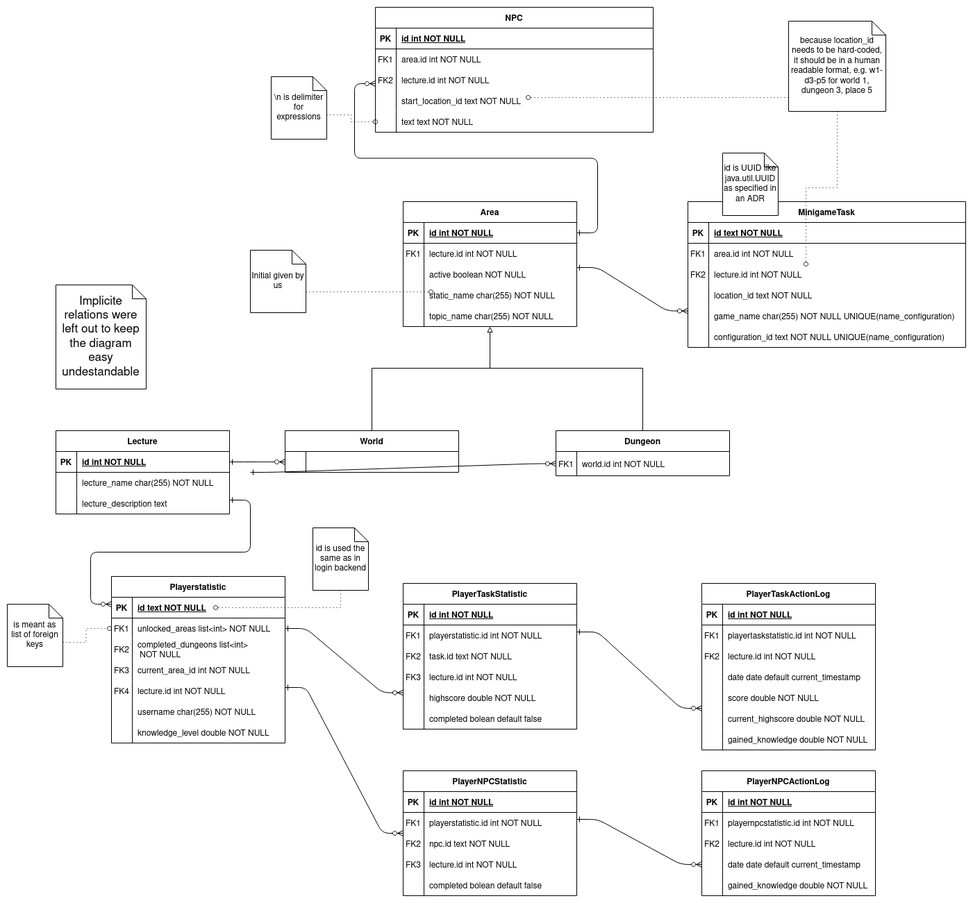
Gamify-IT/docs keeps this draw.io diagram as dev-manuals/services/overworld/database-model/database-model.png. Above is the earlier version. Source tidied: cells renumbered, new cells last; positions are measured from the earlier drawing's top-left corner, leaving out a move shared by most shapes.
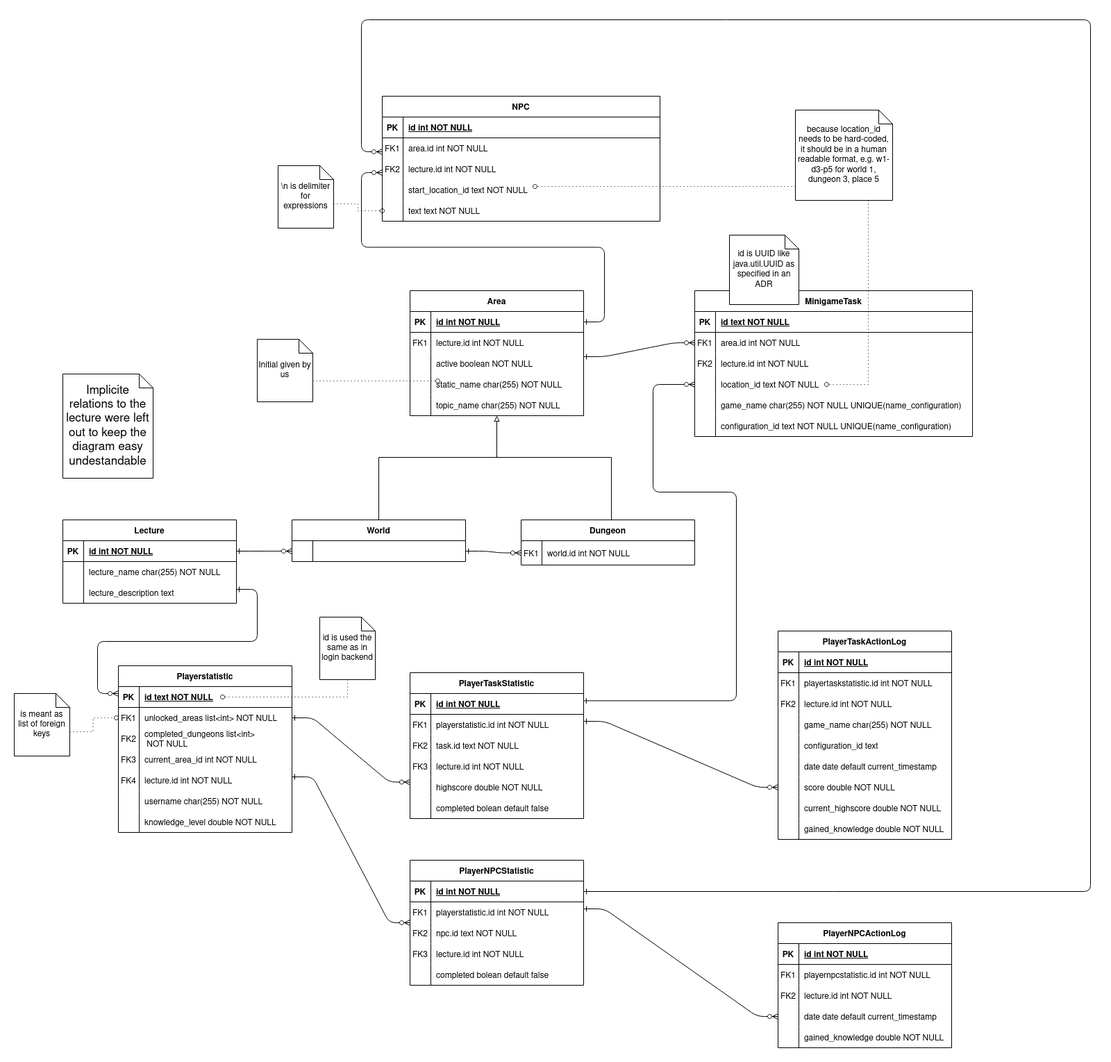
Above is the later version.

Commit message:
improve database model add arrows from statistics to NPC + Minigame Task, add game and conf-id to PlayerTaskActionLog

Change to the diagram source:
```diff
@@ -5,10 +5,8 @@
     <mxCell id="2" style="edgeStyle=entityRelationEdgeStyle;endArrow=ERzeroToMany;startArrow=ERone;endFill=1;startFill=0;" parent="1" edge="1" source="14" target="5">
       <mxGeometry relative="1" as="geometry" />
     </mxCell>
-    <mxCell id="3" style="edgeStyle=entityRelationEdgeStyle;endArrow=ERzeroToMany;startArrow=ERone;endFill=1;startFill=0;" parent="1" edge="1" target="10">
-      <mxGeometry relative="1" as="geometry">
-        <mxPoint x="350" y="670" as="sourcePoint" />
-      </mxGeometry>
+    <mxCell id="3" style="edgeStyle=entityRelationEdgeStyle;endArrow=ERzeroToMany;startArrow=ERone;endFill=1;startFill=0;exitX=1;exitY=0.5;exitDx=0;exitDy=0;" parent="1" edge="1" source="5" target="10">
+      <mxGeometry relative="1" as="geometry" />
     </mxCell>
     <mxCell id="4" value="World" style="shape=table;startSize=30;rowLines=0;fontStyle=1;align=center;" parent="1" vertex="1">
       <mxGeometry x="400" y="610" width="250" height="60" as="geometry" />
@@ -26,12 +24,12 @@
       <mxGeometry relative="1" as="geometry">
         <mxPoint x="690" y="520" as="targetPoint" />
         <Array as="points">
-          <mxPoint x="915" y="520" />
+          <mxPoint x="860" y="520" />
         </Array>
       </mxGeometry>
     </mxCell>
     <mxCell id="9" value="Dungeon" style="shape=table;startSize=30;rowLines=0;fontStyle=1;align=center;" parent="1" vertex="1">
-      <mxGeometry x="790" y="610" width="250" height="65" as="geometry" />
+      <mxGeometry x="730" y="610" width="250" height="65" as="geometry" />
     </mxCell>
     <mxCell id="10" style="shape=partialRectangle;fillColor=none;points=[[0,0.5],[1,0.5]];portConstraint=eastwest;top=0;left=0;right=0;bottom=0;" parent="9" vertex="1">
       <mxGeometry y="30" width="250" height="35" as="geometry" />
@@ -206,7 +204,7 @@
     <mxCell id="63" value="configuration_id text NOT NULL UNIQUE(name_configuration)" style="shape=partialRectangle;overflow=hidden;fillColor=none;top=0;left=0;bottom=0;right=0;align=left;spacingLeft=6;" parent="1" vertex="1">
       <mxGeometry x="1010" y="460" width="360" height="30" as="geometry" />
     </mxCell>
-    <mxCell id="64" style="edgeStyle=entityRelationEdgeStyle;endArrow=ERzeroToMany;startArrow=ERone;endFill=1;startFill=0;entryX=0;entryY=0.75;entryDx=0;entryDy=0;" parent="1" edge="1" target="44">
+    <mxCell id="64" style="edgeStyle=entityRelationEdgeStyle;endArrow=ERzeroToMany;startArrow=ERone;endFill=1;startFill=0;entryX=0;entryY=0.5;entryDx=0;entryDy=0;" parent="1" edge="1" target="48">
       <mxGeometry relative="1" as="geometry">
         <mxPoint x="820" y="375" as="sourcePoint" />
       </mxGeometry>
@@ -436,7 +434,7 @@
       <mxGeometry x="600" y="980" width="220" height="30" as="geometry" />
     </mxCell>
     <mxCell id="138" value="id is UUID like java.util.UUID as specified in an ADR" style="shape=note;size=20;whiteSpace=wrap;html=1;" parent="1" vertex="1">
-      <mxGeometry x="1030" y="210" width="80" height="90" as="geometry" />
+      <mxGeometry x="1030" y="200" width="100" height="100" as="geometry" />
     </mxCell>
     <mxCell id="139" value="FK2" style="shape=partialRectangle;overflow=hidden;fillColor=none;top=0;left=0;bottom=0;right=0;" parent="1" vertex="1">
       <mxGeometry x="570" y="920" width="30" height="30" as="geometry" />
@@ -460,7 +458,10 @@
     </mxCell>
     <mxCell id="144" style="edgeStyle=orthogonalEdgeStyle;rounded=0;jettySize=auto;html=1;endArrow=oval;endFill=0;dashed=1;dashPattern=1 4;" parent="1" edge="1" source="145">
       <mxGeometry relative="1" as="geometry">
-        <mxPoint x="1150" y="370" as="targetPoint" />
+        <mxPoint x="1170" y="415" as="targetPoint" />
+        <Array as="points">
+          <mxPoint x="1230" y="415" />
+        </Array>
       </mxGeometry>
     </mxCell>
     <mxCell id="145" value="because location_id needs to be hard-coded, it should be in a human readable format, e.g. w1-d3-p5 for world 1, dungeon 3, place 5" style="shape=note;size=20;whiteSpace=wrap;html=1;" parent="1" vertex="1">
@@ -484,7 +485,7 @@
       <mxGeometry y="860" width="80" height="90" as="geometry" />
     </mxCell>
     <mxCell id="149" value="PlayerTaskActionLog" style="shape=table;startSize=30;rowLines=0;fontStyle=1;align=center;" parent="1" vertex="1">
-      <mxGeometry x="1000" y="830" width="250" height="240" as="geometry" />
+      <mxGeometry x="1100" y="770" width="250" height="300" as="geometry" />
     </mxCell>
     <mxCell id="150" style="shape=partialRectangle;fillColor=none;top=0;left=0;right=0;bottom=1;" parent="149" vertex="1">
       <mxGeometry y="30" width="250" height="30" as="geometry" />
@@ -513,8 +514,26 @@
     <mxCell id="158" value="lecture.id int NOT NULL" style="shape=partialRectangle;overflow=hidden;fillColor=none;top=0;left=0;bottom=0;right=0;align=left;spacingLeft=6;" parent="156" vertex="1">
       <mxGeometry x="30" width="220" height="30" as="geometry" />
     </mxCell>
+    <mxCell id="216" style="shape=partialRectangle;fillColor=none;top=0;left=0;right=0;bottom=0;" parent="149" vertex="1">
+      <mxGeometry y="120" width="250" height="30" as="geometry" />
+    </mxCell>
+    <mxCell id="217" style="shape=partialRectangle;overflow=hidden;fillColor=none;top=0;left=0;bottom=0;right=0;" parent="216" vertex="1">
+      <mxGeometry width="30" height="30" as="geometry" />
+    </mxCell>
+    <mxCell id="218" value="game_name char(255) NOT NULL" style="shape=partialRectangle;overflow=hidden;fillColor=none;top=0;left=0;bottom=0;right=0;align=left;spacingLeft=6;" parent="216" vertex="1">
+      <mxGeometry x="30" width="220" height="30" as="geometry" />
+    </mxCell>
+    <mxCell id="219" style="shape=partialRectangle;fillColor=none;top=0;left=0;right=0;bottom=0;" parent="149" vertex="1">
+      <mxGeometry y="150" width="250" height="30" as="geometry" />
+    </mxCell>
+    <mxCell id="220" style="shape=partialRectangle;overflow=hidden;fillColor=none;top=0;left=0;bottom=0;right=0;" parent="219" vertex="1">
+      <mxGeometry width="30" height="30" as="geometry" />
+    </mxCell>
+    <mxCell id="221" value="configuration_id text" style="shape=partialRectangle;overflow=hidden;fillColor=none;top=0;left=0;bottom=0;right=0;align=left;spacingLeft=6;" parent="219" vertex="1">
+      <mxGeometry x="30" width="220" height="30" as="geometry" />
+    </mxCell>
     <mxCell id="159" style="shape=partialRectangle;fillColor=none;top=0;left=0;right=0;bottom=0;" parent="149" vertex="1">
-      <mxGeometry y="120" width="250" height="30" as="geometry" />
+      <mxGeometry y="180" width="250" height="30" as="geometry" />
     </mxCell>
     <mxCell id="160" style="shape=partialRectangle;overflow=hidden;fillColor=none;top=0;left=0;bottom=0;right=0;" parent="159" vertex="1">
       <mxGeometry width="30" height="30" as="geometry" />
@@ -523,7 +542,7 @@
       <mxGeometry x="30" width="220" height="30" as="geometry" />
     </mxCell>
     <mxCell id="162" style="shape=partialRectangle;fillColor=none;top=0;left=0;right=0;bottom=0;" parent="149" vertex="1">
-      <mxGeometry y="150" width="250" height="30" as="geometry" />
+      <mxGeometry y="210" width="250" height="30" as="geometry" />
     </mxCell>
     <mxCell id="163" style="shape=partialRectangle;overflow=hidden;fillColor=none;top=0;left=0;bottom=0;right=0;" parent="162" vertex="1">
       <mxGeometry width="30" height="30" as="geometry" />
@@ -532,7 +551,7 @@
       <mxGeometry x="30" width="220" height="30" as="geometry" />
     </mxCell>
     <mxCell id="165" style="shape=partialRectangle;fillColor=none;top=0;left=0;right=0;bottom=0;" parent="149" vertex="1">
-      <mxGeometry y="180" width="250" height="30" as="geometry" />
+      <mxGeometry y="240" width="250" height="30" as="geometry" />
     </mxCell>
     <mxCell id="166" style="shape=partialRectangle;overflow=hidden;fillColor=none;top=0;left=0;bottom=0;right=0;" parent="165" vertex="1">
       <mxGeometry width="30" height="30" as="geometry" />
@@ -541,7 +560,7 @@
       <mxGeometry x="30" width="220" height="30" as="geometry" />
     </mxCell>
     <mxCell id="168" style="shape=partialRectangle;fillColor=none;top=0;left=0;right=0;bottom=0;" parent="149" vertex="1">
-      <mxGeometry y="210" width="250" height="30" as="geometry" />
+      <mxGeometry y="270" width="250" height="30" as="geometry" />
     </mxCell>
     <mxCell id="169" style="shape=partialRectangle;overflow=hidden;fillColor=none;top=0;left=0;bottom=0;right=0;" parent="168" vertex="1">
       <mxGeometry width="30" height="30" as="geometry" />
@@ -555,16 +574,16 @@
       </mxGeometry>
     </mxCell>
     <mxCell id="172" value="date date default current_timestamp" style="shape=partialRectangle;overflow=hidden;fillColor=none;top=0;left=0;bottom=0;right=0;align=left;spacingLeft=6;" parent="1" vertex="1">
-      <mxGeometry x="1030" y="950" width="220" height="30" as="geometry" />
+      <mxGeometry x="1130" y="950" width="220" height="30" as="geometry" />
     </mxCell>
     <mxCell id="173" value="score double NOT NULL" style="shape=partialRectangle;overflow=hidden;fillColor=none;top=0;left=0;bottom=0;right=0;align=left;spacingLeft=6;" parent="1" vertex="1">
-      <mxGeometry x="1030" y="980" width="220" height="30" as="geometry" />
+      <mxGeometry x="1130" y="980" width="220" height="30" as="geometry" />
     </mxCell>
     <mxCell id="174" value="current_highscore double NOT NULL" style="shape=partialRectangle;overflow=hidden;fillColor=none;top=0;left=0;bottom=0;right=0;align=left;spacingLeft=6;" parent="1" vertex="1">
-      <mxGeometry x="1030" y="1010" width="220" height="30" as="geometry" />
+      <mxGeometry x="1130" y="1010" width="220" height="30" as="geometry" />
     </mxCell>
     <mxCell id="175" value="gained_knowledge double NOT NULL" style="shape=partialRectangle;overflow=hidden;fillColor=none;top=0;left=0;bottom=0;right=0;align=left;spacingLeft=6;" parent="1" vertex="1">
-      <mxGeometry x="1030" y="1040" width="220" height="30" as="geometry" />
+      <mxGeometry x="1130" y="1040" width="220" height="30" as="geometry" />
     </mxCell>
     <mxCell id="176" value="PlayerNPCStatistic" style="shape=table;startSize=30;rowLines=0;fontStyle=1;align=center;" parent="1" vertex="1">
       <mxGeometry x="570" y="1100" width="250" height="180" as="geometry" />
@@ -621,7 +640,7 @@
       <mxGeometry x="570" y="1190" width="30" height="30" as="geometry" />
     </mxCell>
     <mxCell id="194" value="PlayerNPCActionLog" style="shape=table;startSize=30;rowLines=0;fontStyle=1;align=center;" parent="1" vertex="1">
-      <mxGeometry x="1000" y="1100" width="250" height="180" as="geometry" />
+      <mxGeometry x="1100" y="1190" width="250" height="180" as="geometry" />
     </mxCell>
     <mxCell id="195" style="shape=partialRectangle;fillColor=none;top=0;left=0;right=0;bottom=1;" parent="194" vertex="1">
       <mxGeometry y="30" width="250" height="30" as="geometry" />
@@ -674,10 +693,10 @@
       </mxGeometry>
     </mxCell>
     <mxCell id="211" value="date date default current_timestamp" style="shape=partialRectangle;overflow=hidden;fillColor=none;top=0;left=0;bottom=0;right=0;align=left;spacingLeft=6;" parent="1" vertex="1">
-      <mxGeometry x="1030" y="1220" width="220" height="30" as="geometry" />
+      <mxGeometry x="1130" y="1310" width="220" height="30" as="geometry" />
     </mxCell>
     <mxCell id="212" value="gained_knowledge double NOT NULL" style="shape=partialRectangle;overflow=hidden;fillColor=none;top=0;left=0;bottom=0;right=0;align=left;spacingLeft=6;" parent="1" vertex="1">
-      <mxGeometry x="1030" y="1250" width="220" height="30" as="geometry" />
+      <mxGeometry x="1130" y="1340" width="220" height="30" as="geometry" />
     </mxCell>
     <mxCell id="213" style="edgeStyle=entityRelationEdgeStyle;endArrow=ERzeroToMany;startArrow=ERone;endFill=1;startFill=0;entryX=0;entryY=0.75;entryDx=0;entryDy=0;" parent="1" edge="1">
       <mxGeometry relative="1" as="geometry">
@@ -688,8 +707,29 @@
     <mxCell id="214" value="completed bolean default false" style="shape=partialRectangle;overflow=hidden;fillColor=none;top=0;left=0;bottom=0;right=0;align=left;spacingLeft=6;" parent="1" vertex="1">
       <mxGeometry x="600" y="1250" width="220" height="30" as="geometry" />
     </mxCell>
-    <mxCell id="215" value="&lt;font style=&quot;font-size: 17px&quot;&gt;Implicite relations were left out to keep the diagram easy undestandable&lt;/font&gt;" style="shape=note;size=20;whiteSpace=wrap;html=1;" parent="1" vertex="1">
+    <mxCell id="215" value="&lt;font style=&quot;font-size: 17px&quot;&gt;Implicite relations to the lecture were left out to keep the diagram easy undestandable&lt;/font&gt;" style="shape=note;size=20;whiteSpace=wrap;html=1;" parent="1" vertex="1">
       <mxGeometry x="70" y="400" width="130" height="150" as="geometry" />
     </mxCell>
+    <mxCell id="222" style="edgeStyle=orthogonalEdgeStyle;endArrow=ERzeroToMany;startArrow=ERone;endFill=1;startFill=0;exitX=1;exitY=0.5;exitDx=0;exitDy=0;" parent="1" edge="1" source="177">
+      <mxGeometry relative="1" as="geometry">
+        <mxPoint x="530" y="80" as="targetPoint" />
+        <Array as="points">
+          <mxPoint x="1550" y="1145" />
+          <mxPoint x="1550" y="-110" />
+          <mxPoint x="500" y="-110" />
+          <mxPoint x="500" y="80" />
+        </Array>
+      </mxGeometry>
+    </mxCell>
+    <mxCell id="223" style="edgeStyle=orthogonalEdgeStyle;endArrow=ERzeroToMany;startArrow=ERone;endFill=1;startFill=0;exitX=0.999;exitY=0.347;exitDx=0;exitDy=0;exitPerimeter=0;entryX=0;entryY=0.5;entryDx=0;entryDy=0;" parent="1" edge="1" source="118" target="54">
+      <mxGeometry relative="1" as="geometry">
+        <Array as="points">
+          <mxPoint x="1040" y="870" />
+          <mxPoint x="1040" y="570" />
+          <mxPoint x="920" y="570" />
+          <mxPoint x="920" y="415" />
+        </Array>
+      </mxGeometry>
+    </mxCell>
   </root>
 </mxGraphModel>
```
